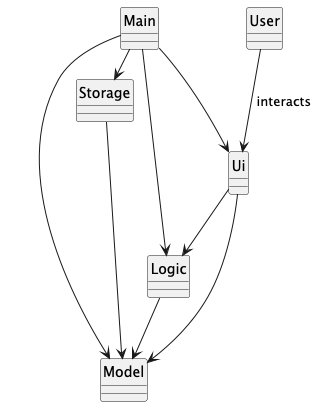
Before: docs/uml/architecture.png, a diagram exported from PlantUML (je-nnyt/tp).
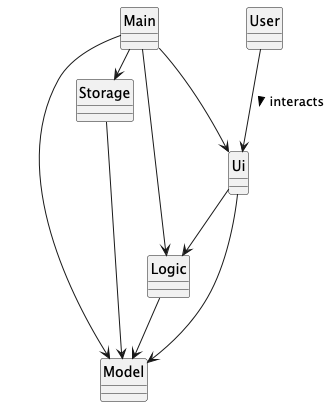
Above is the later version.

Commit message:
Fix architecture's label without arrow

The edit, as a diff of the source:
```diff
@@ -15,7 +15,7 @@
 
 class Main
 
-User --> Ui : interacts
+User --> Ui : interacts >
 
 Ui -> Model
 Ui --> Logic
```
